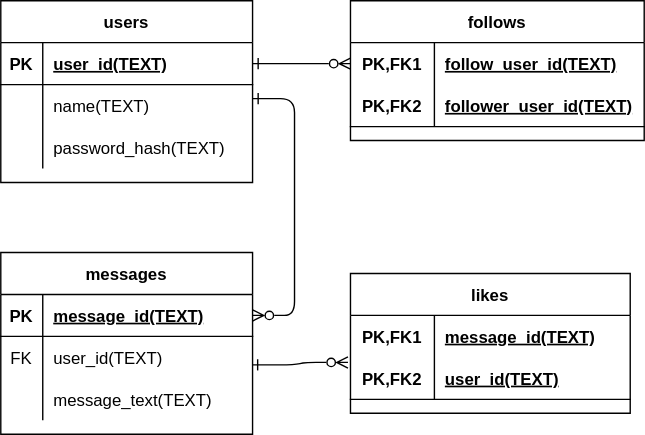
This is docs/ER.svg from shinbunbun/sns, a draw.io export, as it was before one commit. Source tidied: cells renumbered, new cells last; positions are measured from the earlier drawing's top-left corner, leaving out a move shared by most shapes.
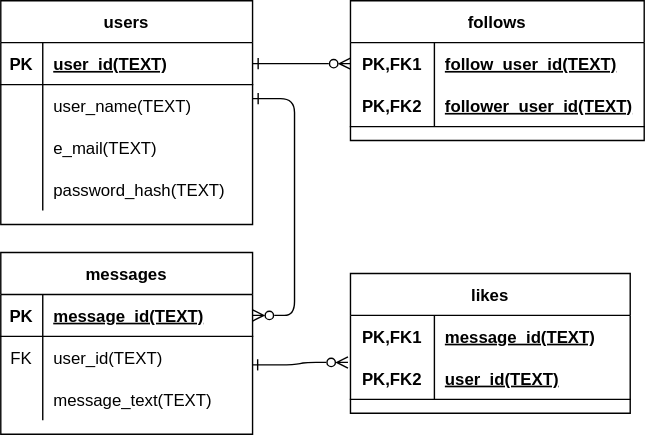
Later version of the same file.

Commit message:
usersテーブルを修正

What changed in the source:
```diff
@@ -3,7 +3,7 @@
     <mxCell id="0" />
     <mxCell id="1" parent="0" />
     <mxCell id="2" value="users" style="shape=table;startSize=30;rowLines=0;fontStyle=1;align=center;" parent="1" vertex="1">
-      <mxGeometry width="180" height="130" as="geometry" />
+      <mxGeometry width="180" height="160" as="geometry" />
     </mxCell>
     <mxCell id="3" style="shape=partialRectangle;fillColor=none;top=0;left=0;bottom=1;right=0;points=[[0,0.5],[1,0.5]];portConstraint=eastwest;" parent="2" vertex="1">
       <mxGeometry y="30" width="180" height="30" as="geometry" />
@@ -20,11 +20,20 @@
     <mxCell id="7" style="shape=partialRectangle;fillColor=none;top=0;left=0;bottom=0;right=0;overflow=hidden;" parent="6" vertex="1">
       <mxGeometry width="30" height="30" as="geometry" />
     </mxCell>
-    <mxCell id="8" value="name(TEXT)" style="shape=partialRectangle;fillColor=none;top=0;left=0;bottom=0;right=0;align=left;spacingLeft=6;overflow=hidden;" parent="6" vertex="1">
+    <mxCell id="8" value="user_name(TEXT)" style="shape=partialRectangle;fillColor=none;top=0;left=0;bottom=0;right=0;align=left;spacingLeft=6;overflow=hidden;" parent="6" vertex="1">
       <mxGeometry x="30" width="150" height="30" as="geometry" />
     </mxCell>
+    <mxCell id="39" style="shape=partialRectangle;fillColor=none;top=0;left=0;bottom=0;right=0;" parent="2" vertex="1">
+      <mxGeometry y="90" width="180" height="30" as="geometry" />
+    </mxCell>
+    <mxCell id="40" style="shape=partialRectangle;fillColor=none;top=0;left=0;bottom=0;right=0;overflow=hidden;" parent="39" vertex="1">
+      <mxGeometry width="30" height="30" as="geometry" />
+    </mxCell>
+    <mxCell id="41" value="e_mail(TEXT)" style="shape=partialRectangle;fillColor=none;top=0;left=0;bottom=0;right=0;align=left;spacingLeft=6;overflow=hidden;" parent="39" vertex="1">
+      <mxGeometry x="30" width="150" height="30" as="geometry" />
+    </mxCell>
     <mxCell id="9" style="shape=partialRectangle;fillColor=none;top=0;left=0;bottom=0;right=0;" parent="2" vertex="1">
-      <mxGeometry y="90" width="180" height="30" as="geometry" />
+      <mxGeometry y="120" width="180" height="30" as="geometry" />
     </mxCell>
     <mxCell id="10" style="shape=partialRectangle;fillColor=none;top=0;left=0;bottom=0;right=0;overflow=hidden;" parent="9" vertex="1">
       <mxGeometry width="30" height="30" as="geometry" />
```
